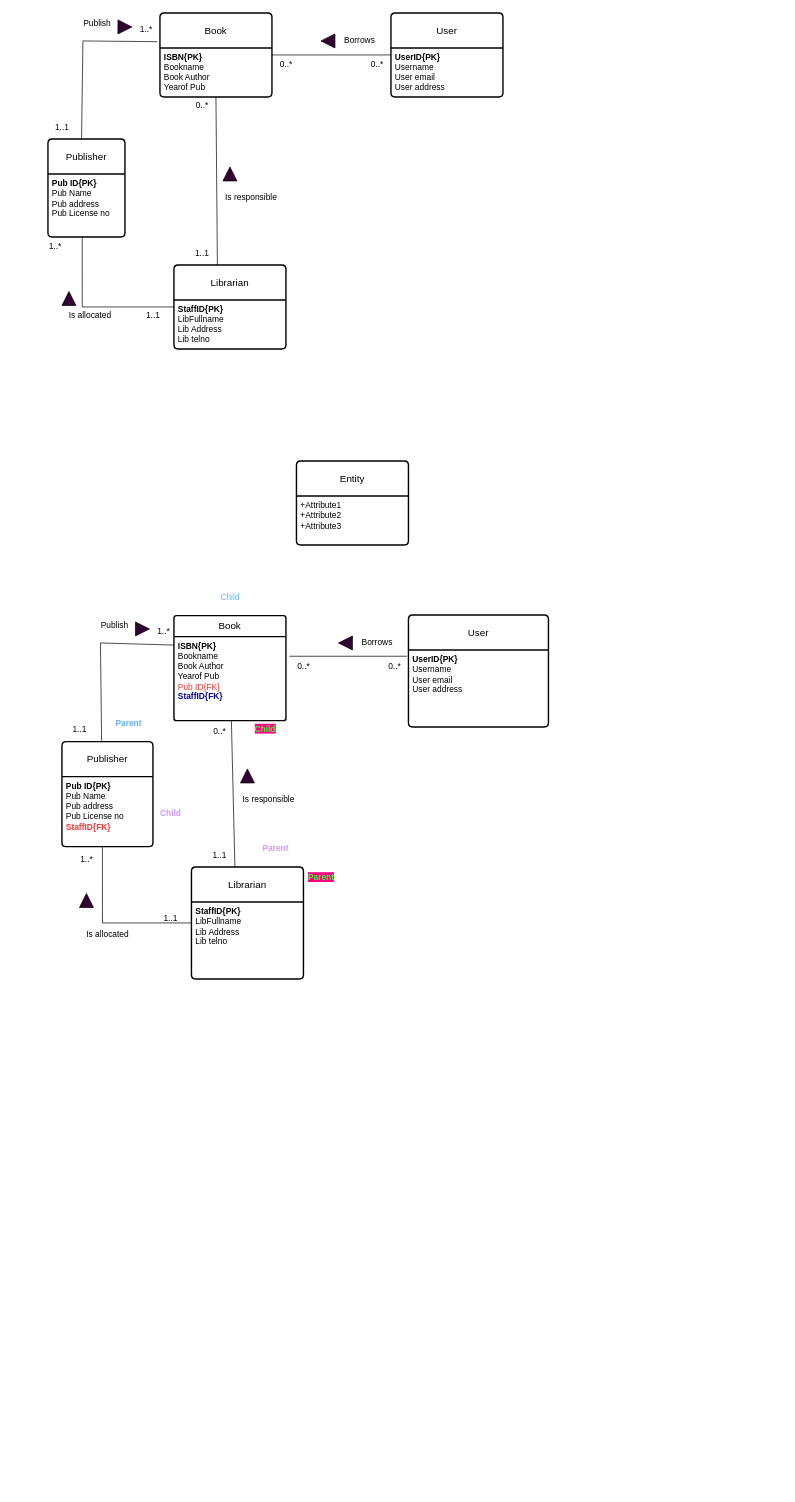
Earlier version of the draw.io diagram Data syatems week6 TUT.drawio (aravinth0906/Datasystems-Tutorils). Source tidied: cells renumbered, new cells numbered last; positions are measured from the earlier drawing's top-left corner, leaving out a move shared by most shapes. Both pictures are drawn from the tidied source at 70%, with x=0, y=0 at pixel (41, 13).
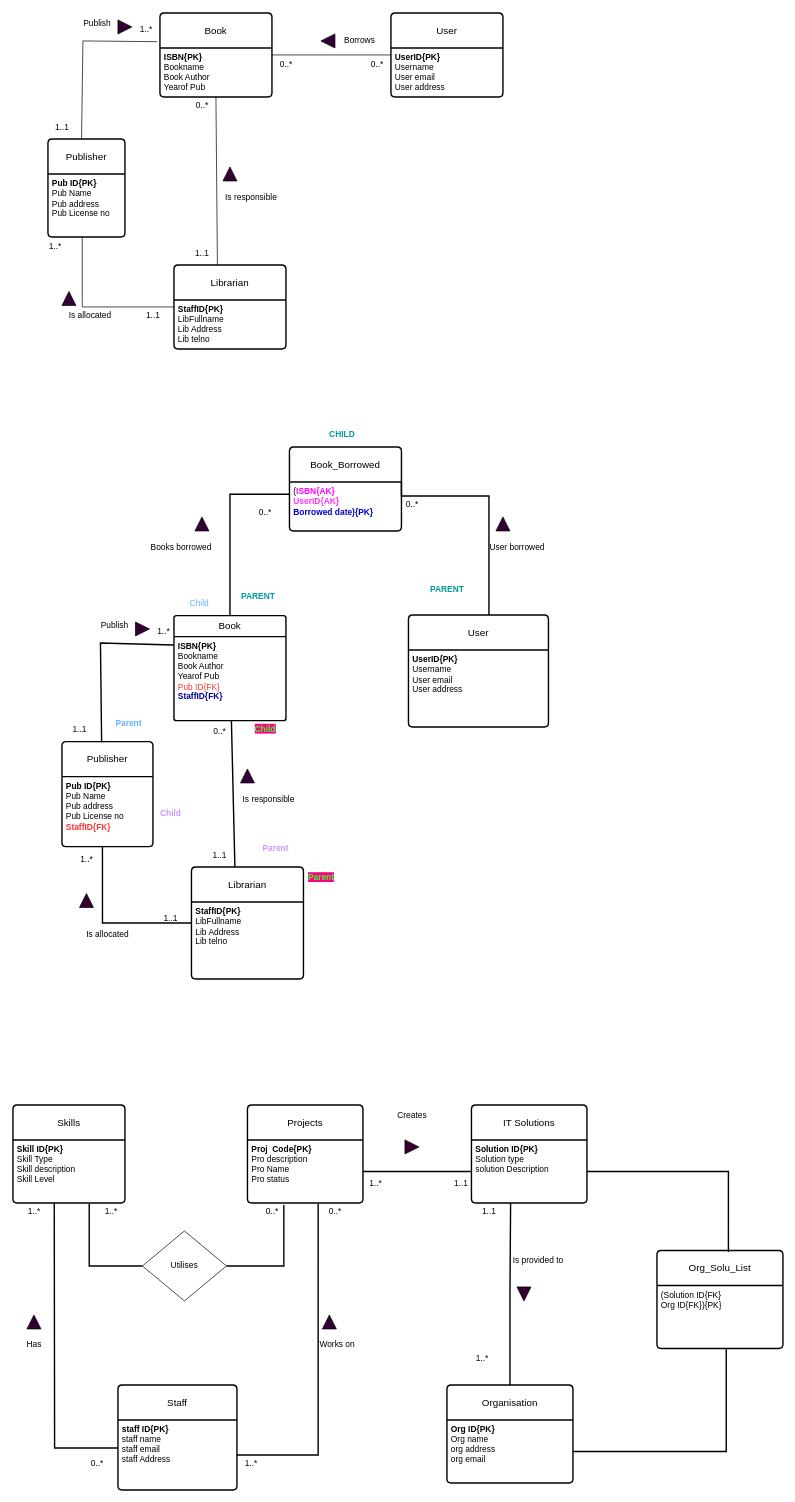
The same diagram, later.

The change refers to these unchanged cells:
```xml
<mxCell id="31" value="Book" style="swimlane;horizontal=1;startSize=30;rounded=1;fontSize=14;fontStyle=0;strokeWidth=2;shadow=0;dashed=0;align=center;arcSize=4;whiteSpace=wrap;html=1;" parent="1" vertex="1">
  <mxGeometry x="190" y="861" width="160" height="150" as="geometry" />
</mxCell>
<mxCell id="32" value="&lt;b&gt;ISBN{PK}&lt;br&gt;&lt;/b&gt;Bookname&lt;br&gt;Book Author&lt;br&gt;Yearof Pub&lt;br&gt;&lt;font color=&quot;#ff3333&quot;&gt;Pub ID{FK}&lt;br&gt;&lt;/font&gt;&lt;font color=&quot;#000099&quot;&gt;&lt;b&gt;StaffID{FK}&lt;/b&gt;&lt;/font&gt;&lt;font color=&quot;#ff3333&quot;&gt;&lt;br&gt;&lt;/font&gt;" style="align=left;strokeColor=none;fillColor=none;spacingLeft=4;fontSize=12;verticalAlign=top;html=1;" parent="31" vertex="1">
  <mxGeometry y="30" width="160" height="120" as="geometry" />
</mxCell>
<mxCell id="33" value="User" style="swimlane;horizontal=1;startSize=50;rounded=1;fontSize=14;fontStyle=0;strokeWidth=2;shadow=0;dashed=0;align=center;arcSize=4;whiteSpace=wrap;html=1;" parent="1" vertex="1">
  <mxGeometry x="525" y="860" width="200" height="160" as="geometry" />
</mxCell>
<mxCell id="35" value="Publisher" style="swimlane;horizontal=1;startSize=50;rounded=1;fontSize=14;fontStyle=0;strokeWidth=2;shadow=0;dashed=0;align=center;arcSize=4;whiteSpace=wrap;html=1;" parent="1" vertex="1">
  <mxGeometry x="30" y="1041" width="130" height="150" as="geometry" />
</mxCell>
<mxCell id="36" value="&lt;b&gt;Pub ID{PK}&lt;br&gt;&lt;/b&gt;Pub Name&lt;br&gt;Pub address&lt;br&gt;Pub License no&lt;br&gt;&lt;b&gt;&lt;font color=&quot;#ff3333&quot;&gt;StaffID{FK}&lt;/font&gt;&lt;/b&gt;" style="align=left;strokeColor=none;fillColor=none;spacingLeft=4;fontSize=12;verticalAlign=top;html=1;" parent="35" vertex="1">
  <mxGeometry y="50" width="130" height="100" as="geometry" />
</mxCell>
<mxCell id="37" value="Librarian" style="swimlane;horizontal=1;startSize=50;rounded=1;fontSize=14;fontStyle=0;strokeWidth=2;shadow=0;dashed=0;align=center;arcSize=4;whiteSpace=wrap;html=1;" parent="1" vertex="1">
  <mxGeometry x="215" y="1220" width="160" height="160" as="geometry" />
</mxCell>
<mxCell id="51" value="1..*" style="text;html=1;align=center;verticalAlign=middle;points=[];strokeColor=none;fillColor=none;" parent="1" vertex="1">
  <mxGeometry x="155" y="868" width="40" height="30" as="geometry" />
</mxCell>
```

Diff of the diagram source:
```diff
@@
+    <mxCell id="67" style="edgeStyle=orthogonalEdgeStyle;rounded=0;jettySize=auto;html=1;entryX=0;entryY=0.25;entryDx=0;entryDy=0;exitX=0.5;exitY=0;exitDx=0;exitDy=0;endArrow=none;endFill=0;strokeWidth=2;" parent="1" edge="1" source="31" target="64">
+      <mxGeometry relative="1" as="geometry" />
+    </mxCell>
@@
+    <mxCell id="68" style="edgeStyle=orthogonalEdgeStyle;rounded=0;jettySize=auto;html=1;entryX=1;entryY=0;entryDx=0;entryDy=0;endArrow=none;endFill=0;strokeWidth=2;" parent="1" edge="1" source="33" target="64">
+      <mxGeometry relative="1" as="geometry">
+        <Array as="points">
+          <mxPoint x="640" y="690" />
+          <mxPoint x="515" y="690" />
+        </Array>
+      </mxGeometry>
+    </mxCell>
@@
-    <mxCell id="39" style="endArrow=none;html=1;rounded=0;entryX=0.95;entryY=0.033;entryDx=0;entryDy=0;entryPerimeter=0;" parent="1" edge="1" target="58">
-      <mxGeometry relative="1" as="geometry">
-        <mxPoint x="355" y="919" as="sourcePoint" />
-      </mxGeometry>
-    </mxCell>
-    <mxCell id="40" style="endArrow=none;html=1;rounded=0;entryX=0.388;entryY=0;entryDx=0;entryDy=0;entryPerimeter=0;exitX=0.513;exitY=1;exitDx=0;exitDy=0;exitPerimeter=0;" parent="1" edge="1" source="32" target="37">
+    <mxCell id="40" style="endArrow=none;html=1;rounded=0;entryX=0.388;entryY=0;entryDx=0;entryDy=0;entryPerimeter=0;exitX=0.513;exitY=1;exitDx=0;exitDy=0;exitPerimeter=0;strokeWidth=2;endFill=0;" parent="1" edge="1" source="32" target="37">
       <mxGeometry relative="1" as="geometry" />
     </mxCell>
-    <mxCell id="41" style="edgeStyle=orthogonalEdgeStyle;rounded=0;jettySize=auto;html=1;entryX=0.445;entryY=1;entryDx=0;entryDy=0;entryPerimeter=0;endArrow=none;endFill=0;" parent="1" edge="1" source="37" target="36">
+    <mxCell id="41" style="edgeStyle=orthogonalEdgeStyle;rounded=0;jettySize=auto;html=1;entryX=0.445;entryY=1;entryDx=0;entryDy=0;entryPerimeter=0;endArrow=none;endFill=0;strokeWidth=2;" parent="1" edge="1" source="37" target="36">
       <mxGeometry relative="1" as="geometry" />
     </mxCell>
-    <mxCell id="42" style="endArrow=none;html=1;rounded=0;entryX=0.85;entryY=1.167;entryDx=0;entryDy=0;entryPerimeter=0;exitX=0.436;exitY=0.007;exitDx=0;exitDy=0;exitPerimeter=0;" parent="1" edge="1" source="35" target="51">
+    <mxCell id="42" style="endArrow=none;html=1;rounded=0;entryX=0.85;entryY=1.167;entryDx=0;entryDy=0;entryPerimeter=0;exitX=0.436;exitY=0.007;exitDx=0;exitDy=0;exitPerimeter=0;strokeWidth=2;endFill=0;" parent="1" edge="1" source="35" target="51">
       <mxGeometry relative="1" as="geometry">
         <Array as="points">
           <mxPoint x="85" y="900" />
         </Array>
       </mxGeometry>
     </mxCell>
@@
-    <mxCell id="46" style="triangle;whiteSpace=wrap;html=1;strokeColor=#000000;fillColor=#330033;rotation=-180;" parent="1" vertex="1">
-      <mxGeometry x="425" y="890" width="20" height="20" as="geometry" />
-    </mxCell>
@@
-    <mxCell id="48" value="Borrows" style="text;html=1;align=center;verticalAlign=middle;strokeColor=none;fillColor=none;" parent="1" vertex="1">
-      <mxGeometry x="445" y="885" width="70" height="30" as="geometry" />
-    </mxCell>
@@
-    <mxCell id="57" value="0..*" style="text;html=1;align=center;verticalAlign=middle;strokeColor=none;fillColor=none;" parent="1" vertex="1">
-      <mxGeometry x="355" y="918" width="40" height="30" as="geometry" />
-    </mxCell>
-    <mxCell id="58" value="0..*" style="text;html=1;align=center;verticalAlign=middle;points=[];strokeColor=none;fillColor=none;" parent="1" vertex="1">
-      <mxGeometry x="485" y="918" width="40" height="30" as="geometry" />
-    </mxCell>
@@
     <mxCell id="60" value="&lt;font color=&quot;#66b2ff&quot;&gt;Child&lt;/font&gt;" style="text;html=1;align=center;verticalAlign=middle;strokeColor=none;fillColor=none;" parent="1" vertex="1">
-      <mxGeometry x="245" y="820" width="50" height="30" as="geometry" />
+      <mxGeometry x="201" y="828" width="50" height="30" as="geometry" />
     </mxCell>
@@
-    <mxCell id="63" value="Entity" style="swimlane;horizontal=1;startSize=50;rounded=1;fontSize=14;fontStyle=0;strokeWidth=2;shadow=0;dashed=0;align=center;arcSize=4;whiteSpace=wrap;html=1;" parent="1" vertex="1">
-      <mxGeometry x="365" y="640" width="160" height="120" as="geometry" />
+    <mxCell id="63" value="Book_Borrowed" style="swimlane;horizontal=1;startSize=50;rounded=1;fontSize=14;fontStyle=0;strokeWidth=2;shadow=0;dashed=0;align=center;arcSize=4;whiteSpace=wrap;html=1;" parent="1" vertex="1">
+      <mxGeometry x="355" y="620" width="160" height="120" as="geometry" />
     </mxCell>
-    <mxCell id="64" value="+Attribute1&#10;+Attribute2&#10;+Attribute3" style="align=left;strokeColor=none;fillColor=none;spacingLeft=4;fontSize=12;verticalAlign=top;html=1;" parent="63" vertex="1">
+    <mxCell id="64" value="(&lt;font color=&quot;#ff00ff&quot;&gt;&lt;b&gt;ISBN{AK}&lt;/b&gt;&lt;/font&gt;&lt;br&gt;&lt;font color=&quot;#ff33ff&quot;&gt;&lt;b&gt;UserID{AK}&lt;/b&gt;&lt;/font&gt;&lt;br&gt;&lt;b&gt;&lt;font color=&quot;#0000cc&quot;&gt;Borrowed date){PK}&lt;/font&gt;&lt;/b&gt;" style="align=left;strokeColor=none;fillColor=none;spacingLeft=4;fontSize=12;verticalAlign=top;html=1;" parent="63" vertex="1">
       <mxGeometry y="50" width="160" height="70" as="geometry" />
     </mxCell>
+    <mxCell id="69" style="swimlane;horizontal=1;startSize=50;rounded=1;fontSize=14;fontStyle=0;strokeWidth=2;shadow=0;dashed=0;align=center;arcSize=4;whiteSpace=wrap;html=1;" parent="63" vertex="1">
+      <mxGeometry y="120" width="160" as="geometry" />
+    </mxCell>
@@
+    <mxCell id="70" style="triangle;whiteSpace=wrap;html=1;strokeColor=#000000;fillColor=#330033;rotation=-90;" parent="1" vertex="1">
+      <mxGeometry x="650" y="720" width="20" height="20" as="geometry" />
+    </mxCell>
+    <mxCell id="71" style="triangle;whiteSpace=wrap;html=1;strokeColor=#000000;fillColor=#330033;rotation=-90;" parent="1" vertex="1">
+      <mxGeometry x="220" y="720" width="20" height="20" as="geometry" />
+    </mxCell>
+    <mxCell id="72" value="0..*" style="text;html=1;align=center;verticalAlign=middle;strokeColor=none;fillColor=none;" parent="1" vertex="1">
+      <mxGeometry x="300" y="698" width="40" height="30" as="geometry" />
+    </mxCell>
+    <mxCell id="73" value="0..*" style="text;html=1;align=center;verticalAlign=middle;strokeColor=none;fillColor=none;" parent="1" vertex="1">
+      <mxGeometry x="510" y="688" width="40" height="30" as="geometry" />
+    </mxCell>
+    <mxCell id="74" value="&lt;b&gt;&lt;font color=&quot;#009999&quot;&gt;PARENT&lt;/font&gt;&lt;/b&gt;" style="text;html=1;align=center;verticalAlign=middle;strokeColor=none;fillColor=none;" parent="1" vertex="1">
+      <mxGeometry x="275" y="818" width="70" height="30" as="geometry" />
+    </mxCell>
+    <mxCell id="75" value="&lt;b style=&quot;border-color: var(--border-color);&quot;&gt;&lt;font style=&quot;border-color: var(--border-color);&quot; color=&quot;#009999&quot;&gt;PARENT&lt;/font&gt;&lt;/b&gt;" style="text;html=1;align=center;verticalAlign=middle;strokeColor=none;fillColor=none;" parent="1" vertex="1">
+      <mxGeometry x="545" y="808" width="70" height="30" as="geometry" />
+    </mxCell>
+    <mxCell id="76" value="&lt;b style=&quot;border-color: var(--border-color);&quot;&gt;&lt;font style=&quot;border-color: var(--border-color);&quot; color=&quot;#009999&quot;&gt;CHILD&lt;/font&gt;&lt;/b&gt;" style="text;html=1;align=center;verticalAlign=middle;strokeColor=none;fillColor=none;" parent="1" vertex="1">
+      <mxGeometry x="400" y="588" width="60" height="30" as="geometry" />
+    </mxCell>
+    <mxCell id="77" value="Books borrowed" style="text;html=1;align=center;verticalAlign=middle;strokeColor=none;fillColor=none;" parent="1" vertex="1">
+      <mxGeometry x="145" y="748" width="110" height="30" as="geometry" />
+    </mxCell>
+    <mxCell id="78" value="User borrowed" style="text;html=1;align=center;verticalAlign=middle;strokeColor=none;fillColor=none;" parent="1" vertex="1">
+      <mxGeometry x="630" y="748" width="100" height="30" as="geometry" />
+    </mxCell>
+    <mxCell id="79" value="Organisation" style="swimlane;horizontal=1;startSize=50;rounded=1;fontSize=14;fontStyle=0;strokeWidth=2;shadow=0;dashed=0;align=center;arcSize=4;whiteSpace=wrap;html=1;" parent="1" vertex="1">
+      <mxGeometry x="580" y="1960" width="180" height="140" as="geometry" />
+    </mxCell>
+    <mxCell id="80" value="&lt;b&gt;Org ID{PK}&lt;/b&gt;&lt;br&gt;Org name&lt;br&gt;org address&lt;br&gt;org email" style="align=left;strokeColor=none;fillColor=none;spacingLeft=4;fontSize=12;verticalAlign=top;html=1;" parent="79" vertex="1">
+      <mxGeometry y="50" width="180" height="90" as="geometry" />
+    </mxCell>
+    <mxCell id="81" value="Staff" style="swimlane;horizontal=1;startSize=50;rounded=1;fontSize=14;fontStyle=0;strokeWidth=2;shadow=0;dashed=0;align=center;arcSize=4;whiteSpace=wrap;html=1;" parent="1" vertex="1">
+      <mxGeometry x="110" y="1960" width="170" height="150" as="geometry" />
+    </mxCell>
+    <mxCell id="82" value="&lt;b&gt;staff ID{PK}&lt;/b&gt;&lt;br&gt;staff name&lt;br&gt;staff email&lt;br&gt;staff Address" style="align=left;strokeColor=none;fillColor=none;spacingLeft=4;fontSize=12;verticalAlign=top;html=1;" parent="81" vertex="1">
+      <mxGeometry y="50" width="170" height="100" as="geometry" />
+    </mxCell>
+    <mxCell id="83" value="Projects" style="swimlane;horizontal=1;startSize=50;rounded=1;fontSize=14;fontStyle=0;strokeWidth=2;shadow=0;dashed=0;align=center;arcSize=4;whiteSpace=wrap;html=1;" parent="1" vertex="1">
+      <mxGeometry x="295" y="1560" width="165" height="140" as="geometry" />
+    </mxCell>
+    <mxCell id="84" value="&lt;b&gt;Proj&amp;nbsp; Code{PK}&lt;/b&gt;&lt;br&gt;Pro description&lt;br&gt;Pro Name&lt;br&gt;Pro status" style="align=left;strokeColor=none;fillColor=none;spacingLeft=4;fontSize=12;verticalAlign=top;html=1;" parent="83" vertex="1">
+      <mxGeometry y="50" width="165" height="90" as="geometry" />
+    </mxCell>
+    <mxCell id="85" value="Skills" style="swimlane;horizontal=1;startSize=50;rounded=1;fontSize=14;fontStyle=0;strokeWidth=2;shadow=0;dashed=0;align=center;arcSize=4;whiteSpace=wrap;html=1;" parent="1" vertex="1">
+      <mxGeometry x="-40" y="1560" width="160" height="140" as="geometry" />
+    </mxCell>
+    <mxCell id="86" value="&lt;b&gt;Skill ID{PK}&lt;/b&gt;&lt;br&gt;Skill Type&lt;br&gt;Skill description&lt;br&gt;Skill Level" style="align=left;strokeColor=none;fillColor=none;spacingLeft=4;fontSize=12;verticalAlign=top;html=1;" parent="85" vertex="1">
+      <mxGeometry y="50" width="160" height="90" as="geometry" />
+    </mxCell>
+    <mxCell id="87" value="IT Solutions" style="swimlane;horizontal=1;startSize=50;rounded=1;fontSize=14;fontStyle=0;strokeWidth=2;shadow=0;dashed=0;align=center;arcSize=4;whiteSpace=wrap;html=1;" parent="1" vertex="1">
+      <mxGeometry x="615" y="1560" width="165" height="140" as="geometry" />
+    </mxCell>
+    <mxCell id="88" value="&lt;b&gt;Solution ID{PK}&lt;br&gt;&lt;/b&gt;Solution type&lt;br&gt;solution Description" style="align=left;strokeColor=none;fillColor=none;spacingLeft=4;fontSize=12;verticalAlign=top;html=1;" parent="87" vertex="1">
+      <mxGeometry y="50" width="165" height="90" as="geometry" />
+    </mxCell>
+    <mxCell id="89" value="Utilises" style="shape=rhombus;perimeter=rhombusPerimeter;whiteSpace=wrap;html=1;align=center;" parent="1" vertex="1">
+      <mxGeometry x="145" y="1740" width="120" height="100" as="geometry" />
+    </mxCell>
+    <mxCell id="90" style="edgeStyle=orthogonalEdgeStyle;rounded=0;jettySize=auto;html=1;entryX=0.612;entryY=1.011;entryDx=0;entryDy=0;entryPerimeter=0;endArrow=none;endFill=0;strokeWidth=2;" parent="1" edge="1" source="82" target="84">
+      <mxGeometry relative="1" as="geometry" />
+    </mxCell>
+    <mxCell id="91" style="edgeStyle=orthogonalEdgeStyle;rounded=0;jettySize=auto;html=1;exitX=0;exitY=0.4;exitDx=0;exitDy=0;exitPerimeter=0;endArrow=none;endFill=0;strokeWidth=2;" parent="1" edge="1" source="82">
+      <mxGeometry relative="1" as="geometry">
+        <mxPoint x="19" y="1700" as="targetPoint" />
+      </mxGeometry>
+    </mxCell>
+    <mxCell id="92" style="edgeStyle=orthogonalEdgeStyle;rounded=0;jettySize=auto;html=1;entryX=0.339;entryY=1;entryDx=0;entryDy=0;entryPerimeter=0;endArrow=none;endFill=0;strokeWidth=2;" parent="1" edge="1" source="79" target="88">
+      <mxGeometry relative="1" as="geometry" />
+    </mxCell>
+    <mxCell id="93" style="edgeStyle=orthogonalEdgeStyle;rounded=0;jettySize=auto;html=1;entryX=0;entryY=0.5;entryDx=0;entryDy=0;endArrow=none;endFill=0;strokeWidth=2;" parent="1" edge="1" source="84" target="88">
+      <mxGeometry relative="1" as="geometry" />
+    </mxCell>
+    <mxCell id="94" style="edgeStyle=orthogonalEdgeStyle;rounded=0;jettySize=auto;html=1;entryX=0.315;entryY=1.033;entryDx=0;entryDy=0;entryPerimeter=0;strokeWidth=2;endArrow=none;endFill=0;" parent="1" edge="1" source="89" target="84">
+      <mxGeometry relative="1" as="geometry" />
+    </mxCell>
+    <mxCell id="95" style="edgeStyle=orthogonalEdgeStyle;rounded=0;jettySize=auto;html=1;entryX=0.681;entryY=1.011;entryDx=0;entryDy=0;entryPerimeter=0;strokeWidth=2;endArrow=none;endFill=0;" parent="1" edge="1" source="89" target="86">
+      <mxGeometry relative="1" as="geometry" />
+    </mxCell>
+    <mxCell id="96" style="triangle;whiteSpace=wrap;html=1;strokeColor=#000000;fillColor=#330033;rotation=-90;" parent="1" vertex="1">
+      <mxGeometry x="402" y="1860" width="20" height="20" as="geometry" />
+    </mxCell>
+    <mxCell id="97" style="triangle;whiteSpace=wrap;html=1;strokeColor=#000000;fillColor=#330033;rotation=90;" parent="1" vertex="1">
+      <mxGeometry x="680" y="1820" width="20" height="20" as="geometry" />
+    </mxCell>
+    <mxCell id="98" value="Is provided to" style="text;html=1;align=center;verticalAlign=middle;strokeColor=none;fillColor=none;" parent="1" vertex="1">
+      <mxGeometry x="660" y="1768" width="100" height="30" as="geometry" />
+    </mxCell>
+    <mxCell id="99" value="Works on" style="text;html=1;align=center;verticalAlign=middle;strokeColor=none;fillColor=none;" parent="1" vertex="1">
+      <mxGeometry x="388" y="1888" width="70" height="30" as="geometry" />
+    </mxCell>
+    <mxCell id="100" style="triangle;whiteSpace=wrap;html=1;strokeColor=#000000;fillColor=#330033;rotation=-90;" parent="1" vertex="1">
+      <mxGeometry x="-20" y="1860" width="20" height="20" as="geometry" />
+    </mxCell>
+    <mxCell id="101" style="triangle;whiteSpace=wrap;html=1;strokeColor=#000000;fillColor=#330033;rotation=0;" parent="1" vertex="1">
+      <mxGeometry x="520" y="1610" width="20" height="20" as="geometry" />
+    </mxCell>
+    <mxCell id="102" value="Creates" style="text;html=1;align=center;verticalAlign=middle;strokeColor=none;fillColor=none;" parent="1" vertex="1">
+      <mxGeometry x="495" y="1560" width="70" height="30" as="geometry" />
+    </mxCell>
+    <mxCell id="103" value="Has" style="text;html=1;align=center;verticalAlign=middle;strokeColor=none;fillColor=none;" parent="1" vertex="1">
+      <mxGeometry x="-30" y="1888" width="40" height="30" as="geometry" />
+    </mxCell>
+    <mxCell id="104" value="1..*" style="text;html=1;align=center;verticalAlign=middle;strokeColor=none;fillColor=none;" parent="1" vertex="1">
+      <mxGeometry x="610" y="1908" width="40" height="30" as="geometry" />
+    </mxCell>
+    <mxCell id="105" value="1..1" style="text;html=1;align=center;verticalAlign=middle;strokeColor=none;fillColor=none;" parent="1" vertex="1">
+      <mxGeometry x="620" y="1698" width="40" height="30" as="geometry" />
+    </mxCell>
+    <mxCell id="106" value="1..1" style="text;html=1;align=center;verticalAlign=middle;strokeColor=none;fillColor=none;" parent="1" vertex="1">
+      <mxGeometry x="580" y="1658" width="40" height="30" as="geometry" />
+    </mxCell>
+    <mxCell id="107" value="1..*" style="text;html=1;align=center;verticalAlign=middle;strokeColor=none;fillColor=none;" parent="1" vertex="1">
+      <mxGeometry x="458" y="1658" width="40" height="30" as="geometry" />
+    </mxCell>
+    <mxCell id="108" value="1..*" style="text;html=1;align=center;verticalAlign=middle;strokeColor=none;fillColor=none;" parent="1" vertex="1">
+      <mxGeometry x="-30" y="1698" width="40" height="30" as="geometry" />
+    </mxCell>
+    <mxCell id="109" value="0..*" style="text;html=1;align=center;verticalAlign=middle;strokeColor=none;fillColor=none;" parent="1" vertex="1">
+      <mxGeometry x="60" y="2058" width="40" height="30" as="geometry" />
+    </mxCell>
+    <mxCell id="110" value="1..*" style="text;html=1;align=center;verticalAlign=middle;strokeColor=none;fillColor=none;" parent="1" vertex="1">
+      <mxGeometry x="280" y="2058" width="40" height="30" as="geometry" />
+    </mxCell>
+    <mxCell id="111" value="0..*" style="text;html=1;align=center;verticalAlign=middle;strokeColor=none;fillColor=none;" parent="1" vertex="1">
+      <mxGeometry x="400" y="1698" width="40" height="30" as="geometry" />
+    </mxCell>
+    <mxCell id="112" value="0..*" style="text;html=1;align=center;verticalAlign=middle;strokeColor=none;fillColor=none;" parent="1" vertex="1">
+      <mxGeometry x="310" y="1698" width="40" height="30" as="geometry" />
+    </mxCell>
+    <mxCell id="113" value="1..*" style="text;html=1;align=center;verticalAlign=middle;strokeColor=none;fillColor=none;" parent="1" vertex="1">
+      <mxGeometry x="80" y="1698" width="40" height="30" as="geometry" />
+    </mxCell>
+    <mxCell id="114" value="Org_Solu_List" style="swimlane;horizontal=1;startSize=50;rounded=1;fontSize=14;fontStyle=0;strokeWidth=2;shadow=0;dashed=0;align=center;arcSize=4;whiteSpace=wrap;html=1;" parent="1" vertex="1">
+      <mxGeometry x="880" y="1768" width="180" height="140" as="geometry" />
+    </mxCell>
+    <mxCell id="115" value="(Solution ID{FK}&lt;br&gt;Org ID{FK}){PK}&lt;br&gt;&lt;br&gt;" style="align=left;strokeColor=none;fillColor=none;spacingLeft=4;fontSize=12;verticalAlign=top;html=1;" parent="114" vertex="1">
+      <mxGeometry y="50" width="180" height="90" as="geometry" />
+    </mxCell>
+    <mxCell id="116" style="edgeStyle=orthogonalEdgeStyle;rounded=0;jettySize=auto;html=1;entryX=0.567;entryY=0.014;entryDx=0;entryDy=0;entryPerimeter=0;endArrow=none;endFill=0;strokeWidth=2;" parent="1" edge="1" source="88" target="114">
+      <mxGeometry relative="1" as="geometry" />
+    </mxCell>
+    <mxCell id="117" style="edgeStyle=orthogonalEdgeStyle;rounded=0;jettySize=auto;html=1;entryX=0.55;entryY=1.011;entryDx=0;entryDy=0;entryPerimeter=0;endArrow=none;endFill=0;strokeWidth=2;" parent="1" edge="1" source="80" target="115">
+      <mxGeometry relative="1" as="geometry" />
+    </mxCell>
```
